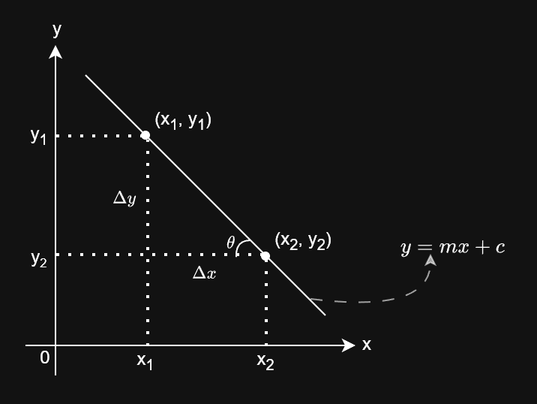
dheemanth-bhat/maths-for-ml keeps this draw.io diagram as 3_Linear_Algebra/images/slope_intercept.png. Above is the earlier version. Source tidied: cells renumbered, new cells last; positions are measured from the earlier drawing's top-left corner, leaving out a move shared by most shapes.
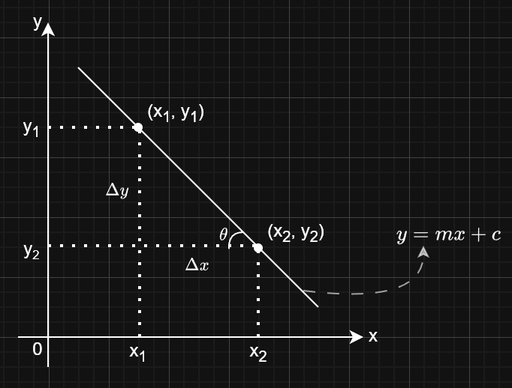
The same file after the commit.

The edit, as a diff of the source:
```diff
@@ -5,13 +5,13 @@
     <mxCell id="2" style="endArrow=classic;html=1;rounded=0;" parent="1" edge="1">
       <mxGeometry relative="1" as="geometry">
         <mxPoint x="21" y="240" as="sourcePoint" />
-        <mxPoint x="21" y="20" as="targetPoint" />
+        <mxPoint x="21" y="10" as="targetPoint" />
       </mxGeometry>
     </mxCell>
     <mxCell id="3" style="endArrow=classic;html=1;rounded=0;" parent="1" edge="1">
       <mxGeometry relative="1" as="geometry">
         <mxPoint x="1" y="220" as="sourcePoint" />
-        <mxPoint x="221" y="220" as="targetPoint" />
+        <mxPoint x="231" y="220" as="targetPoint" />
       </mxGeometry>
     </mxCell>
     <mxCell id="4" style="endArrow=none;html=1;rounded=0;" parent="1" edge="1">
@@ -102,29 +102,29 @@
     <mxCell id="23" style="ellipse;whiteSpace=wrap;html=1;fillStyle=solid;fillColor=light-dark(#000000,#FFFFFF);" parent="1" vertex="1">
       <mxGeometry x="78.5" y="77.5" width="5" height="5" as="geometry" />
     </mxCell>
-    <mxCell id="24" style="group;" parent="1" vertex="1">
-      <mxGeometry x="191" y="139" width="140" height="60" as="geometry" />
-    </mxCell>
-    <mxCell id="25" style="curved=1;endArrow=classic;html=1;rounded=0;opacity=60;dashed=1;dashPattern=8 8;endSize=5;" parent="24" edge="1">
-      <mxGeometry relative="1" as="geometry">
-        <mxPoint y="50" as="sourcePoint" />
-        <mxPoint x="80" y="20" as="targetPoint" />
-        <Array as="points">
-          <mxPoint x="80" y="60" />
-        </Array>
-      </mxGeometry>
-    </mxCell>
-    <mxCell id="26" value="$$y = mx + c$$" style="text;html=1;whiteSpace=wrap;strokeColor=none;fillColor=none;align=center;verticalAlign=middle;rounded=0;" parent="24" vertex="1">
-      <mxGeometry x="50" width="90" height="30" as="geometry" />
-    </mxCell>
     <mxCell id="27" value="x" style="text;html=1;whiteSpace=wrap;strokeColor=none;fillColor=none;align=center;verticalAlign=middle;rounded=0;" parent="1" vertex="1">
-      <mxGeometry x="222" y="214" width="13" height="9" as="geometry" />
+      <mxGeometry x="231" y="214" width="13" height="9" as="geometry" />
     </mxCell>
     <mxCell id="28" value="y" style="text;html=1;whiteSpace=wrap;strokeColor=none;fillColor=none;align=center;verticalAlign=middle;rounded=0;" parent="1" vertex="1">
-      <mxGeometry x="17" width="10" height="18" as="geometry" />
+      <mxGeometry x="9" width="10" height="18" as="geometry" />
     </mxCell>
     <mxCell id="29" value="0" style="text;html=1;whiteSpace=wrap;strokeColor=none;fillColor=none;align=center;verticalAlign=middle;rounded=0;" parent="1" vertex="1">
       <mxGeometry x="9" y="223" width="10" height="10" as="geometry" />
     </mxCell>
+    <mxCell id="30" style="group;" parent="1" vertex="1">
+      <mxGeometry x="191" y="141" width="132" height="58" as="geometry" />
+    </mxCell>
+    <mxCell id="25" style="curved=1;endArrow=classic;html=1;rounded=0;opacity=60;dashed=1;dashPattern=8 8;endSize=5;" parent="30" edge="1">
+      <mxGeometry relative="1" as="geometry">
+        <mxPoint y="48" as="sourcePoint" />
+        <mxPoint x="80" y="18" as="targetPoint" />
+        <Array as="points">
+          <mxPoint x="80" y="58" />
+        </Array>
+      </mxGeometry>
+    </mxCell>
+    <mxCell id="26" value="$$y = mx + c$$" style="text;html=1;whiteSpace=wrap;strokeColor=none;fillColor=none;align=center;verticalAlign=middle;rounded=0;" parent="30" vertex="1">
+      <mxGeometry x="62" width="70" height="21" as="geometry" />
+    </mxCell>
   </root>
 </mxGraphModel>
```
